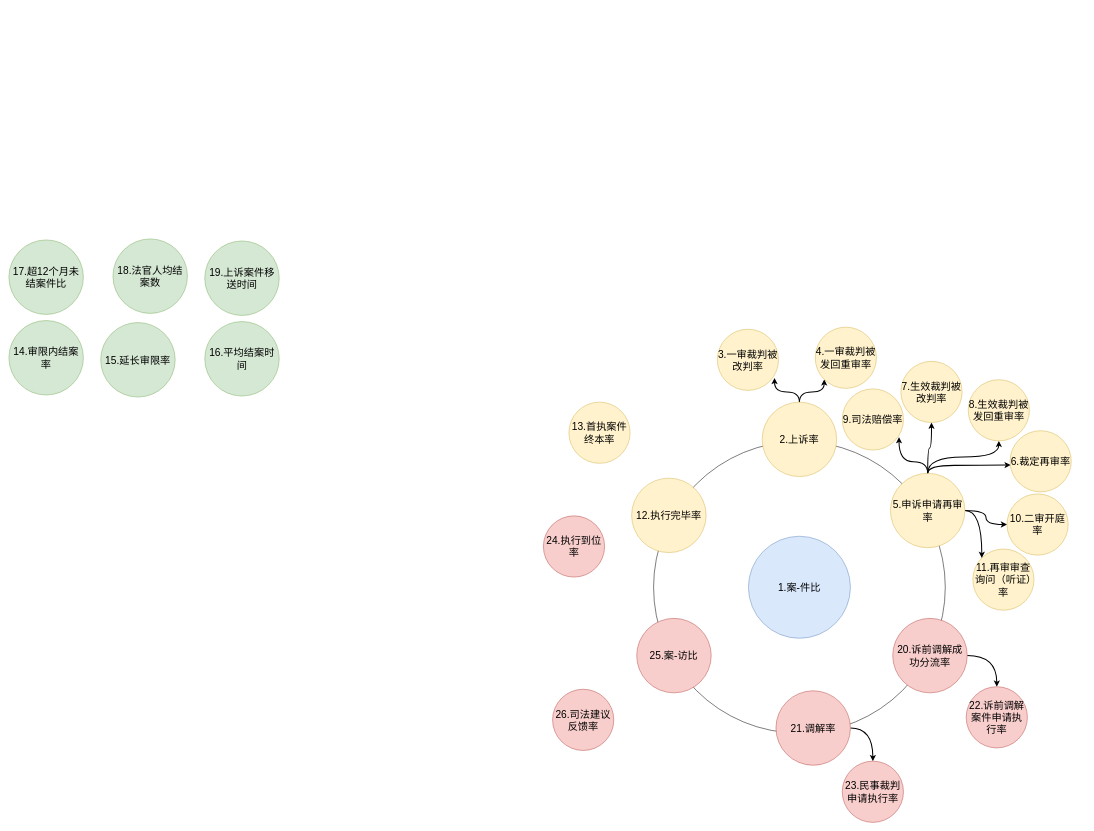
This is 26项指标关系图.drawio from iceman-wzg/myfirst, a draw.io file, before an edit. Source tidied: cells renumbered, new cells numbered last; positions are measured from the earlier drawing's top-left corner, leaving out a move shared by most shapes. Both pictures are drawn from the tidied source at 51%, with x=0, y=0 at pixel (9, 239).
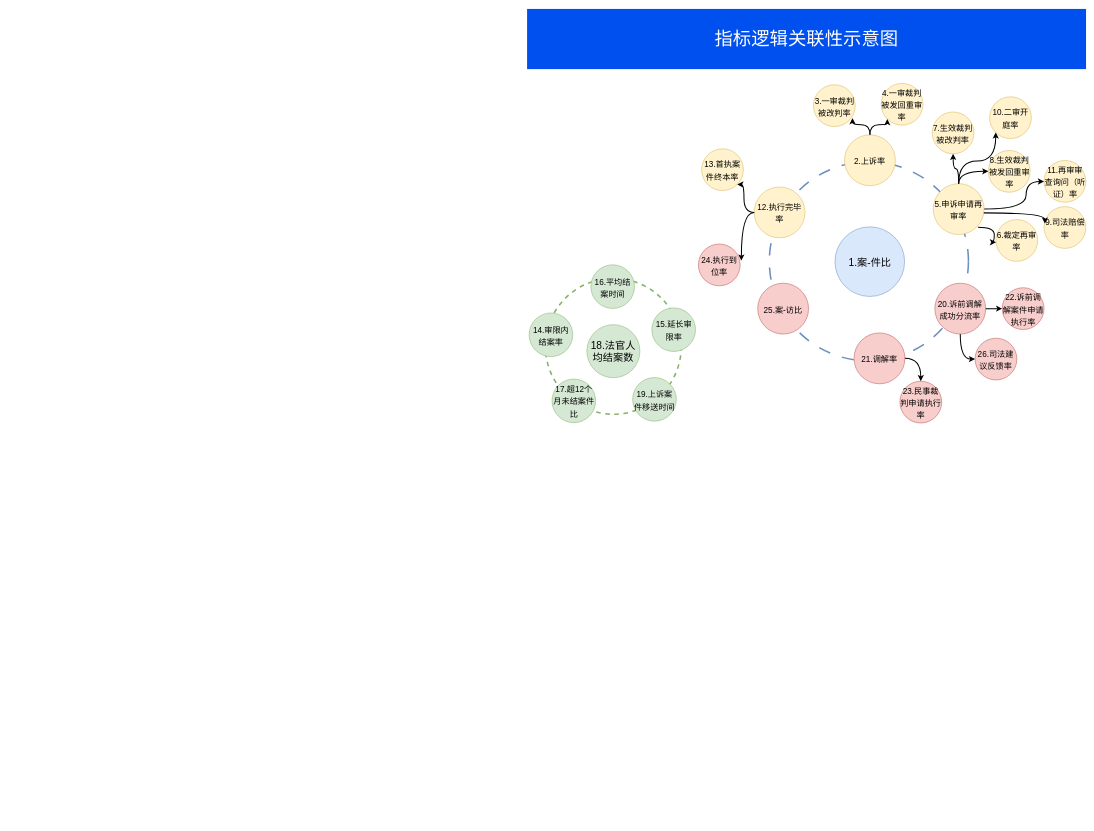
The same diagram, later.

Commit message (it also covers changes not shown here):
更新26项指标关系图.drawio

The edit, as a diff of the source:
```diff
@@
+    <mxCell id="39" style="group;fontSize=11;" parent="1" vertex="1">
+      <mxGeometry x="1020" y="-305" width="1091.5" height="665.9" as="geometry" />
+    </mxCell>
+    <mxCell id="40" style="group;" parent="39" vertex="1">
+      <mxGeometry y="355.8" width="326.2" height="309.7" as="geometry" />
+    </mxCell>
+    <mxCell id="41" style="ellipse;whiteSpace=wrap;html=1;fillColor=none;dashed=1;strokeWidth=3;strokeColor=#82b366;" parent="40" vertex="1">
+      <mxGeometry x="32" y="26.5" width="266.4" height="266.4" as="geometry" />
+    </mxCell>
+    <mxCell id="14" value="&lt;font style=&quot;font-size: 16px;&quot;&gt;17.超12个月未结案件比&lt;/font&gt;" style="ellipse;whiteSpace=wrap;html=1;fontSize=20;fillColor=#d5e8d4;strokeColor=#82b366;" parent="40" vertex="1">
+      <mxGeometry x="44.9" y="223.9" width="85.5" height="85.5" as="geometry" />
+    </mxCell>
+    <mxCell id="16" value="18.法官人均结案数" style="ellipse;whiteSpace=wrap;html=1;fontSize=20;fillColor=#d5e8d4;strokeColor=#82b366;" parent="40" vertex="1">
+      <mxGeometry x="113.2" y="117.3" width="104" height="104" as="geometry" />
+    </mxCell>
+    <mxCell id="17" value="&lt;font style=&quot;font-size: 16px;&quot;&gt;19.上诉案件移送时间&lt;/font&gt;" style="ellipse;whiteSpace=wrap;html=1;fontSize=20;fillColor=#d5e8d4;strokeColor=#82b366;" parent="40" vertex="1">
+      <mxGeometry x="203" y="221" width="85.5" height="85.5" as="geometry" />
+    </mxCell>
+    <mxCell id="26" value="&lt;font style=&quot;font-size: 16px;&quot;&gt;14.审限内结案率&lt;/font&gt;" style="ellipse;whiteSpace=wrap;html=1;fontSize=20;fillColor=#d5e8d4;strokeColor=#82b366;" parent="40" vertex="1">
+      <mxGeometry y="94.4" width="85.5" height="85.5" as="geometry" />
+    </mxCell>
+    <mxCell id="29" value="&lt;font style=&quot;font-size: 16px;&quot;&gt;15.延长审限率&lt;/font&gt;" style="ellipse;whiteSpace=wrap;html=1;fontSize=20;fillColor=#d5e8d4;strokeColor=#82b366;" parent="40" vertex="1">
+      <mxGeometry x="240.7" y="84.4" width="85.5" height="85.5" as="geometry" />
+    </mxCell>
+    <mxCell id="31" value="&lt;font style=&quot;font-size: 16px;&quot;&gt;16.平均结案时间&lt;/font&gt;" style="ellipse;whiteSpace=wrap;html=1;fontSize=20;fillColor=#d5e8d4;strokeColor=#82b366;" parent="40" vertex="1">
+      <mxGeometry x="121.1" width="85.5" height="85.5" as="geometry" />
+    </mxCell>
-    <mxCell id="2" style="ellipse;whiteSpace=wrap;html=1;" parent="1" vertex="1">
-      <mxGeometry x="1264" y="397" width="572" height="572" as="geometry" />
+    <mxCell id="2" style="ellipse;whiteSpace=wrap;html=1;fillColor=none;strokeColor=#6c8ebf;strokeWidth=3;dashed=1;dashPattern=8 8;" parent="39" vertex="1">
+      <mxGeometry x="471" y="153.7" width="390.4" height="390.4" as="geometry" />
     </mxCell>
-    <mxCell id="3" value="9.司法赔偿率" style="ellipse;whiteSpace=wrap;html=1;fontSize=20;fillColor=#fff2cc;strokeColor=#d6b656;" parent="1" vertex="1">
-      <mxGeometry x="1634" y="294" width="120" height="120" as="geometry" />
+    <mxCell id="3" value="&lt;font style=&quot;font-size: 16px;&quot;&gt;9.司法赔偿率&lt;/font&gt;" style="ellipse;whiteSpace=wrap;html=1;fontSize=20;fillColor=#fff2cc;strokeColor=#d6b656;" parent="39" vertex="1">
+      <mxGeometry x="1009.6" y="241.6" width="81.9" height="81.9" as="geometry" />
     </mxCell>
-    <mxCell id="4" value="1.案-件比" style="ellipse;whiteSpace=wrap;html=1;fontSize=20;fillColor=#dae8fc;strokeColor=#6c8ebf;" parent="1" vertex="1">
-      <mxGeometry x="1450" y="583" width="200" height="200" as="geometry" />
+    <mxCell id="4" value="1.案-件比" style="ellipse;whiteSpace=wrap;html=1;fontSize=20;fillColor=#dae8fc;strokeColor=#6c8ebf;" parent="39" vertex="1">
+      <mxGeometry x="599.7" y="281.3" width="136.5" height="136.5" as="geometry" />
     </mxCell>
-    <mxCell id="5" value="10.二审开庭率" style="ellipse;whiteSpace=wrap;html=1;fontSize=20;fillColor=#fff2cc;strokeColor=#d6b656;" parent="1" vertex="1">
-      <mxGeometry x="1957" y="500" width="120" height="120" as="geometry" />
+    <mxCell id="5" value="&lt;font style=&quot;font-size: 16px;&quot;&gt;10.二审开庭率&lt;/font&gt;" style="ellipse;whiteSpace=wrap;html=1;fontSize=20;fillColor=#fff2cc;strokeColor=#d6b656;" parent="39" vertex="1">
+      <mxGeometry x="902.9" y="26.3" width="81.9" height="81.9" as="geometry" />
     </mxCell>
-    <mxCell id="6" style="edgeStyle=orthogonalEdgeStyle;rounded=0;jettySize=auto;html=1;entryX=0.935;entryY=0.797;entryDx=0;entryDy=0;entryPerimeter=0;curved=1;strokeWidth=2;" parent="1" edge="1" source="8" target="10">
-      <mxGeometry relative="1" as="geometry" />
-    </mxCell>
-    <mxCell id="7" style="edgeStyle=orthogonalEdgeStyle;rounded=0;jettySize=auto;html=1;entryX=0;entryY=1;entryDx=0;entryDy=0;curved=1;strokeWidth=2;" parent="1" edge="1" source="8" target="12">
-      <mxGeometry relative="1" as="geometry" />
-    </mxCell>
-    <mxCell id="8" value="2.上诉率" style="ellipse;whiteSpace=wrap;html=1;fontSize=20;fillColor=#fff2cc;strokeColor=#d6b656;" parent="1" vertex="1">
-      <mxGeometry x="1477" y="320" width="146" height="146" as="geometry" />
+    <mxCell id="8" value="&lt;font style=&quot;font-size: 16px;&quot;&gt;2.上诉率&lt;/font&gt;" style="ellipse;whiteSpace=wrap;html=1;fontSize=20;fillColor=#fff2cc;strokeColor=#d6b656;" parent="39" vertex="1">
+      <mxGeometry x="618.4" y="100.9" width="99.7" height="99.7" as="geometry" />
     </mxCell>
-    <mxCell id="9" value="11.再审审查询问（听证）率" style="ellipse;whiteSpace=wrap;html=1;fontSize=20;fillColor=#fff2cc;strokeColor=#d6b656;" parent="1" vertex="1">
-      <mxGeometry x="1890" y="608" width="120" height="120" as="geometry" />
+    <mxCell id="9" value="&lt;font style=&quot;font-size: 16px;&quot;&gt;11.再审审查询问（听证）率&lt;/font&gt;" style="ellipse;whiteSpace=wrap;html=1;fontSize=20;fillColor=#fff2cc;strokeColor=#d6b656;" parent="39" vertex="1">
+      <mxGeometry x="1009.6" y="151.2" width="81.9" height="81.9" as="geometry" />
     </mxCell>
-    <mxCell id="10" value="3.一审裁判被改判率" style="ellipse;whiteSpace=wrap;html=1;fontSize=20;fillColor=#fff2cc;strokeColor=#d6b656;" parent="1" vertex="1">
-      <mxGeometry x="1389" y="177" width="120" height="120" as="geometry" />
+    <mxCell id="10" value="&lt;font style=&quot;font-size: 16px;&quot;&gt;3.一审裁判被改判率&lt;/font&gt;" style="ellipse;whiteSpace=wrap;html=1;fontSize=20;fillColor=#fff2cc;strokeColor=#d6b656;" parent="39" vertex="1">
+      <mxGeometry x="557.5" y="2.7" width="81.9" height="81.9" as="geometry" />
     </mxCell>
+    <mxCell id="6" style="edgeStyle=orthogonalEdgeStyle;rounded=0;jettySize=auto;html=1;entryX=0.935;entryY=0.797;entryDx=0;entryDy=0;entryPerimeter=0;curved=1;strokeWidth=2;" parent="39" edge="1" source="8" target="10">
+      <mxGeometry relative="1" as="geometry" />
+    </mxCell>
-    <mxCell id="11" value="12.执行完毕率" style="ellipse;whiteSpace=wrap;html=1;fontSize=20;fillColor=#fff2cc;strokeColor=#d6b656;" parent="1" vertex="1">
-      <mxGeometry x="1221" y="469" width="146" height="146" as="geometry" />
+    <mxCell id="11" value="&lt;font style=&quot;font-size: 16px;&quot;&gt;12.执行完毕率&lt;/font&gt;" style="ellipse;whiteSpace=wrap;html=1;fontSize=20;fillColor=#fff2cc;strokeColor=#d6b656;" parent="39" vertex="1">
+      <mxGeometry x="441.3" y="203.1" width="99.7" height="99.7" as="geometry" />
     </mxCell>
-    <mxCell id="12" value="4.一审裁判被发回重审率" style="ellipse;whiteSpace=wrap;html=1;fontSize=20;fillColor=#fff2cc;strokeColor=#d6b656;" parent="1" vertex="1">
-      <mxGeometry x="1581" y="173" width="120" height="120" as="geometry" />
+    <mxCell id="12" value="&lt;font style=&quot;font-size: 16px;&quot;&gt;4.一审裁判被发回重审率&lt;/font&gt;" style="ellipse;whiteSpace=wrap;html=1;fontSize=20;fillColor=#fff2cc;strokeColor=#d6b656;" parent="39" vertex="1">
+      <mxGeometry x="690.3" width="81.9" height="81.9" as="geometry" />
     </mxCell>
+    <mxCell id="7" style="edgeStyle=orthogonalEdgeStyle;rounded=0;jettySize=auto;html=1;entryX=0;entryY=1;entryDx=0;entryDy=0;curved=1;strokeWidth=2;" parent="39" edge="1" source="8" target="12">
+      <mxGeometry relative="1" as="geometry" />
+    </mxCell>
-    <mxCell id="13" value="25.案-访比" style="ellipse;whiteSpace=wrap;html=1;fontSize=20;fillColor=#f8cecc;strokeColor=#b85450;" parent="1" vertex="1">
-      <mxGeometry x="1231" y="744" width="146" height="146" as="geometry" />
+    <mxCell id="13" value="&lt;font style=&quot;font-size: 16px;&quot;&gt;25.案-访比&lt;/font&gt;" style="ellipse;whiteSpace=wrap;html=1;fontSize=20;fillColor=#f8cecc;strokeColor=#b85450;" parent="39" vertex="1">
+      <mxGeometry x="448.2" y="391.8" width="99.7" height="99.7" as="geometry" />
     </mxCell>
-    <mxCell id="14" value="17.超12个月未结案件比" style="ellipse;whiteSpace=wrap;html=1;fontSize=20;fillColor=#d5e8d4;strokeColor=#82b366;" parent="1" vertex="1">
-      <mxGeometry y="2" width="146" height="146" as="geometry" />
-    </mxCell>
-    <mxCell id="15" value="26.司法建议反馈率" style="ellipse;whiteSpace=wrap;html=1;fontSize=20;fillColor=#f8cecc;strokeColor=#b85450;" parent="1" vertex="1">
-      <mxGeometry x="1066" y="883" width="120" height="120" as="geometry" />
+    <mxCell id="15" value="&lt;font style=&quot;font-size: 16px;&quot;&gt;26.司法建议反馈率&lt;/font&gt;" style="ellipse;whiteSpace=wrap;html=1;fontSize=20;fillColor=#f8cecc;strokeColor=#b85450;" parent="39" vertex="1">
+      <mxGeometry x="874.4" y="499.6" width="81.9" height="81.9" as="geometry" />
     </mxCell>
-    <mxCell id="16" value="18.法官人均结案数" style="ellipse;whiteSpace=wrap;html=1;fontSize=20;fillColor=#d5e8d4;strokeColor=#82b366;" parent="1" vertex="1">
-      <mxGeometry x="204" width="146" height="146" as="geometry" />
-    </mxCell>
-    <mxCell id="17" value="19.上诉案件移送时间" style="ellipse;whiteSpace=wrap;html=1;fontSize=20;fillColor=#d5e8d4;strokeColor=#82b366;" parent="1" vertex="1">
-      <mxGeometry x="384" y="4" width="146" height="146" as="geometry" />
-    </mxCell>
-    <mxCell id="18" style="edgeStyle=orthogonalEdgeStyle;rounded=0;jettySize=auto;html=1;entryX=0.5;entryY=0;entryDx=0;entryDy=0;exitX=1;exitY=0.5;exitDx=0;exitDy=0;strokeWidth=2;curved=1;" parent="1" edge="1" source="19" target="35">
-      <mxGeometry relative="1" as="geometry" />
-    </mxCell>
+    <mxCell id="42" style="edgeStyle=orthogonalEdgeStyle;rounded=0;jettySize=auto;html=1;entryX=0;entryY=0.5;entryDx=0;entryDy=0;strokeWidth=2;curved=1;" parent="39" edge="1" source="19" target="15">
+      <mxGeometry relative="1" as="geometry" />
+    </mxCell>
-    <mxCell id="19" value="20.诉前调解成功分流率" style="ellipse;whiteSpace=wrap;html=1;fontSize=20;fillColor=#f8cecc;strokeColor=#b85450;" parent="1" vertex="1">
-      <mxGeometry x="1733" y="744" width="146" height="146" as="geometry" />
+    <mxCell id="19" value="&lt;font style=&quot;font-size: 16px;&quot;&gt;20.诉前调解成功分流率&lt;/font&gt;" style="ellipse;whiteSpace=wrap;html=1;fontSize=20;fillColor=#f8cecc;strokeColor=#b85450;" parent="39" vertex="1">
+      <mxGeometry x="795.5" y="391.8" width="99.7" height="99.7" as="geometry" />
     </mxCell>
-    <mxCell id="20" value="13.首执案件终本率" style="ellipse;whiteSpace=wrap;html=1;fontSize=20;fillColor=#fff2cc;strokeColor=#d6b656;" parent="1" vertex="1">
-      <mxGeometry x="1098" y="320" width="120" height="120" as="geometry" />
+    <mxCell id="20" value="&lt;font style=&quot;font-size: 16px;&quot;&gt;13.首执案件终本率&lt;/font&gt;" style="ellipse;whiteSpace=wrap;html=1;fontSize=20;fillColor=#fff2cc;strokeColor=#d6b656;" parent="39" vertex="1">
+      <mxGeometry x="338.2" y="128.3" width="81.9" height="81.9" as="geometry" />
     </mxCell>
-    <mxCell id="21" style="edgeStyle=orthogonalEdgeStyle;rounded=0;jettySize=auto;html=1;curved=1;strokeWidth=2;" parent="1" edge="1" source="27" target="30">
-      <mxGeometry relative="1" as="geometry" />
-    </mxCell>
-    <mxCell id="22" style="edgeStyle=orthogonalEdgeStyle;rounded=0;jettySize=auto;html=1;curved=1;strokeWidth=2;entryX=0.01;entryY=0.561;entryDx=0;entryDy=0;entryPerimeter=0;exitX=0.5;exitY=0;exitDx=0;exitDy=0;" parent="1" edge="1" source="27" target="28">
-      <mxGeometry relative="1" as="geometry">
-        <Array as="points">
-          <mxPoint x="1802" y="444" />
-          <mxPoint x="1906" y="444" />
-        </Array>
-      </mxGeometry>
-    </mxCell>
-    <mxCell id="23" style="edgeStyle=orthogonalEdgeStyle;rounded=0;jettySize=auto;html=1;curved=1;strokeWidth=2;exitX=0.5;exitY=0;exitDx=0;exitDy=0;" parent="1" edge="1" source="27" target="32">
-      <mxGeometry relative="1" as="geometry" />
-    </mxCell>
+    <mxCell id="43" style="edgeStyle=orthogonalEdgeStyle;rounded=0;jettySize=auto;html=1;entryX=1;entryY=1;entryDx=0;entryDy=0;strokeWidth=2;curved=1;" parent="39" edge="1" source="11" target="20">
+      <mxGeometry relative="1" as="geometry" />
+    </mxCell>
+    <mxCell id="25" style="edgeStyle=orthogonalEdgeStyle;rounded=0;jettySize=auto;html=1;strokeWidth=2;curved=1;" parent="39" edge="1" source="27" target="9">
+      <mxGeometry relative="1" as="geometry">
+        <Array as="points">
+          <mxPoint x="974.4" y="246.5" />
+          <mxPoint x="974.4" y="192.3" />
+        </Array>
+      </mxGeometry>
+    </mxCell>
-    <mxCell id="24" style="edgeStyle=orthogonalEdgeStyle;rounded=0;jettySize=auto;html=1;entryX=0;entryY=0.5;entryDx=0;entryDy=0;strokeWidth=2;curved=1;" parent="1" edge="1" source="27" target="5">
+    <mxCell id="24" style="edgeStyle=orthogonalEdgeStyle;rounded=0;jettySize=auto;html=1;entryX=0;entryY=1;entryDx=0;entryDy=0;exitX=0.5;exitY=0;exitDx=0;exitDy=0;strokeWidth=2;curved=1;" parent="39" edge="1" source="27" target="5">
       <mxGeometry relative="1" as="geometry" />
     </mxCell>
-    <mxCell id="25" style="edgeStyle=orthogonalEdgeStyle;rounded=0;jettySize=auto;html=1;entryX=0;entryY=0;entryDx=0;entryDy=0;strokeWidth=2;curved=1;" parent="1" edge="1" source="27" target="9">
-      <mxGeometry relative="1" as="geometry" />
-    </mxCell>
-    <mxCell id="26" value="14.审限内结案率" style="ellipse;whiteSpace=wrap;html=1;fontSize=20;fillColor=#d5e8d4;strokeColor=#82b366;" parent="1" vertex="1">
-      <mxGeometry y="160" width="146" height="146" as="geometry" />
-    </mxCell>
-    <mxCell id="27" value="5.申诉申请再审率" style="ellipse;whiteSpace=wrap;html=1;fontSize=20;fillColor=#fff2cc;strokeColor=#d6b656;" parent="1" vertex="1">
-      <mxGeometry x="1728.5" y="459.5" width="146" height="146" as="geometry" />
+    <mxCell id="27" value="&lt;font style=&quot;font-size: 16px;&quot;&gt;5.申诉申请再审率&lt;/font&gt;" style="ellipse;whiteSpace=wrap;html=1;fontSize=20;fillColor=#fff2cc;strokeColor=#d6b656;" parent="39" vertex="1">
+      <mxGeometry x="792.4" y="196.6" width="99.7" height="99.7" as="geometry" />
     </mxCell>
-    <mxCell id="28" value="6.裁定再审率" style="ellipse;whiteSpace=wrap;html=1;fontSize=20;fillColor=#fff2cc;strokeColor=#d6b656;" parent="1" vertex="1">
-      <mxGeometry x="1963" y="376" width="120" height="120" as="geometry" />
+    <mxCell id="28" value="&lt;font style=&quot;font-size: 16px;&quot;&gt;6.裁定再审率&lt;/font&gt;" style="ellipse;whiteSpace=wrap;html=1;fontSize=20;fillColor=#fff2cc;strokeColor=#d6b656;" parent="39" vertex="1">
+      <mxGeometry x="915.3" y="267" width="81.9" height="81.9" as="geometry" />
     </mxCell>
-    <mxCell id="29" value="15.延长审限率" style="ellipse;whiteSpace=wrap;html=1;fontSize=20;fillColor=#d5e8d4;strokeColor=#82b366;" parent="1" vertex="1">
-      <mxGeometry x="180" y="164" width="146" height="146" as="geometry" />
-    </mxCell>
-    <mxCell id="30" value="7.生效裁判被改判率" style="ellipse;whiteSpace=wrap;html=1;fontSize=20;fillColor=#fff2cc;strokeColor=#d6b656;" parent="1" vertex="1">
-      <mxGeometry x="1749" y="240" width="120" height="120" as="geometry" />
+    <mxCell id="30" value="&lt;font style=&quot;font-size: 16px;&quot;&gt;7.生效裁判被改判率&lt;/font&gt;" style="ellipse;whiteSpace=wrap;html=1;fontSize=20;fillColor=#fff2cc;strokeColor=#d6b656;" parent="39" vertex="1">
+      <mxGeometry x="790.4" y="56.1" width="81.9" height="81.9" as="geometry" />
     </mxCell>
-    <mxCell id="31" value="16.平均结案时间" style="ellipse;whiteSpace=wrap;html=1;fontSize=20;fillColor=#d5e8d4;strokeColor=#82b366;" parent="1" vertex="1">
-      <mxGeometry x="384" y="162" width="146" height="146" as="geometry" />
-    </mxCell>
+    <mxCell id="21" style="edgeStyle=orthogonalEdgeStyle;rounded=0;jettySize=auto;html=1;curved=1;strokeWidth=2;" parent="39" edge="1" source="27" target="30">
+      <mxGeometry relative="1" as="geometry" />
+    </mxCell>
-    <mxCell id="32" value="8.生效裁判被发回重审率" style="ellipse;whiteSpace=wrap;html=1;fontSize=20;fillColor=#fff2cc;strokeColor=#d6b656;" parent="1" vertex="1">
-      <mxGeometry x="1881" y="276" width="120" height="120" as="geometry" />
+    <mxCell id="32" value="&lt;font style=&quot;font-size: 16px;&quot;&gt;8.生效裁判被发回重审率&lt;/font&gt;" style="ellipse;whiteSpace=wrap;html=1;fontSize=20;fillColor=#fff2cc;strokeColor=#d6b656;" parent="39" vertex="1">
+      <mxGeometry x="900.5" y="131.5" width="81.9" height="81.9" as="geometry" />
     </mxCell>
-    <mxCell id="33" style="edgeStyle=orthogonalEdgeStyle;rounded=0;jettySize=auto;html=1;strokeWidth=2;curved=1;exitX=1;exitY=0.5;exitDx=0;exitDy=0;" parent="1" edge="1" source="34" target="36">
-      <mxGeometry relative="1" as="geometry" />
-    </mxCell>
+    <mxCell id="23" style="edgeStyle=orthogonalEdgeStyle;rounded=0;jettySize=auto;html=1;curved=1;strokeWidth=2;exitX=0.5;exitY=0;exitDx=0;exitDy=0;" parent="39" edge="1" source="27" target="32">
+      <mxGeometry relative="1" as="geometry" />
+    </mxCell>
-    <mxCell id="34" value="21.调解率" style="ellipse;whiteSpace=wrap;html=1;fontSize=20;fillColor=#f8cecc;strokeColor=#b85450;" parent="1" vertex="1">
-      <mxGeometry x="1504" y="886" width="146" height="146" as="geometry" />
+    <mxCell id="34" value="&lt;font style=&quot;font-size: 16px;&quot;&gt;21.调解率&lt;/font&gt;" style="ellipse;whiteSpace=wrap;html=1;fontSize=20;fillColor=#f8cecc;strokeColor=#b85450;" parent="39" vertex="1">
+      <mxGeometry x="637.1" y="489.3" width="99.7" height="99.7" as="geometry" />
     </mxCell>
-    <mxCell id="35" value="22.诉前调解案件申请执行率" style="ellipse;whiteSpace=wrap;html=1;fontSize=20;fillColor=#f8cecc;strokeColor=#b85450;" parent="1" vertex="1">
-      <mxGeometry x="1877" y="878" width="120" height="120" as="geometry" />
+    <mxCell id="35" value="&lt;font style=&quot;font-size: 16px;&quot;&gt;22.诉前调解案件申请执行率&lt;/font&gt;" style="ellipse;whiteSpace=wrap;html=1;fontSize=20;fillColor=#f8cecc;strokeColor=#b85450;" parent="39" vertex="1">
+      <mxGeometry x="927.7" y="400.7" width="81.9" height="81.9" as="geometry" />
     </mxCell>
+    <mxCell id="18" style="edgeStyle=orthogonalEdgeStyle;rounded=0;jettySize=auto;html=1;strokeWidth=2;curved=1;" parent="39" edge="1" source="19" target="35">
+      <mxGeometry relative="1" as="geometry" />
+    </mxCell>
-    <mxCell id="36" value="23.民事裁判申请执行率" style="ellipse;whiteSpace=wrap;html=1;fontSize=20;fillColor=#f8cecc;strokeColor=#b85450;" parent="1" vertex="1">
-      <mxGeometry x="1634" y="1024" width="120" height="120" as="geometry" />
+    <mxCell id="36" value="&lt;font style=&quot;font-size: 16px;&quot;&gt;23.民事裁判申请执行率&lt;/font&gt;" style="ellipse;whiteSpace=wrap;html=1;fontSize=20;fillColor=#f8cecc;strokeColor=#b85450;" parent="39" vertex="1">
+      <mxGeometry x="727" y="584" width="81.9" height="81.9" as="geometry" />
     </mxCell>
-    <mxCell id="37" value="24.执行到位率" style="ellipse;whiteSpace=wrap;html=1;fontSize=20;fillColor=#f8cecc;strokeColor=#b85450;" parent="1" vertex="1">
-      <mxGeometry x="1048" y="543" width="120" height="120" as="geometry" />
+    <mxCell id="37" value="&lt;font style=&quot;font-size: 16px;&quot;&gt;24.执行到位率&lt;/font&gt;" style="ellipse;whiteSpace=wrap;html=1;fontSize=20;fillColor=#f8cecc;strokeColor=#b85450;" parent="39" vertex="1">
+      <mxGeometry x="331.9" y="315" width="81.9" height="81.9" as="geometry" />
     </mxCell>
+    <mxCell id="33" style="edgeStyle=orthogonalEdgeStyle;rounded=0;jettySize=auto;html=1;strokeWidth=2;curved=1;exitX=1;exitY=0.5;exitDx=0;exitDy=0;" parent="39" edge="1" source="34" target="36">
+      <mxGeometry relative="1" as="geometry" />
+    </mxCell>
+    <mxCell id="22" style="edgeStyle=orthogonalEdgeStyle;rounded=0;jettySize=auto;html=1;entryX=0.002;entryY=0.542;entryDx=0;entryDy=0;entryPerimeter=0;exitX=0.881;exitY=0.857;exitDx=0;exitDy=0;exitPerimeter=0;strokeWidth=2;curved=1;" parent="39" edge="1" source="27" target="28">
+      <mxGeometry relative="1" as="geometry" />
+    </mxCell>
-    <mxCell id="38" style="edgeStyle=orthogonalEdgeStyle;rounded=0;jettySize=auto;html=1;entryX=0.927;entryY=0.789;entryDx=0;entryDy=0;entryPerimeter=0;strokeWidth=2;curved=1;" parent="1" edge="1" source="27" target="3">
-      <mxGeometry relative="1" as="geometry" />
+    <mxCell id="38" style="edgeStyle=orthogonalEdgeStyle;rounded=0;jettySize=auto;html=1;entryX=0.022;entryY=0.407;entryDx=0;entryDy=0;strokeWidth=2;curved=1;entryPerimeter=0;" parent="39" edge="1" source="27" target="3">
+      <mxGeometry relative="1" as="geometry">
+        <Array as="points">
+          <mxPoint x="1011.4" y="253.9" />
+        </Array>
+      </mxGeometry>
     </mxCell>
+    <mxCell id="44" style="edgeStyle=orthogonalEdgeStyle;rounded=0;jettySize=auto;html=1;entryX=1.029;entryY=0.396;entryDx=0;entryDy=0;entryPerimeter=0;strokeWidth=2;curved=1;" parent="39" edge="1" source="11" target="37">
+      <mxGeometry relative="1" as="geometry" />
+    </mxCell>
+    <mxCell id="45" value="&lt;font style=&quot;font-size: 36px;&quot; color=&quot;#FFFFFF&quot;&gt;指标逻辑关联性示意图&lt;/font&gt;" style="rounded=0;whiteSpace=wrap;html=1;fillColor=#0050ef;fontColor=#ffffff;strokeColor=none;" parent="1" vertex="1">
+      <mxGeometry x="1016" y="-451" width="1096" height="118" as="geometry" />
+    </mxCell>
```
